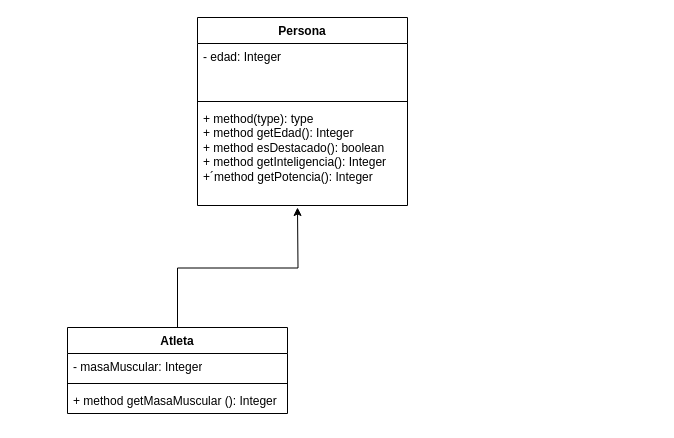
Earlier version of the draw.io diagram Objetos2/Diagrama sin título.drawio (Donnie-MS/DiagramasUML-BaseDeDatos-Objetos2). Source tidied: cells renumbered, new cells numbered last; positions are measured from the earlier drawing's top-left corner, leaving out a move shared by most shapes. Both pictures are drawn from the tidied source at 100%, with x=0, y=0 at pixel (67, 17).
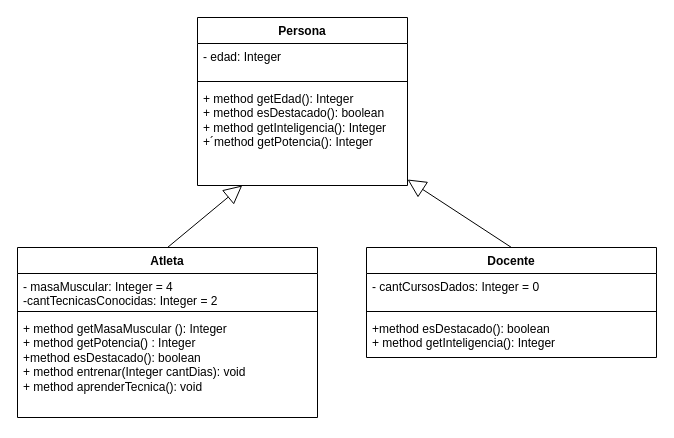
Above is the later version.

Diff of the diagram source:
```diff
@@
 <mxGraphModel>
   <root>
     <mxCell id="0" />
     <mxCell id="1" parent="0" />
     <mxCell id="2" value="Persona" style="swimlane;fontStyle=1;align=center;verticalAlign=top;horizontal=1;startSize=26;whiteSpace=wrap;html=1;" parent="1" vertex="1">
-      <mxGeometry x="130" width="210" height="188" as="geometry" />
+      <mxGeometry x="130" width="210" height="168" as="geometry" />
     </mxCell>
     <mxCell id="3" value="- edad: Integer&lt;div&gt;&lt;br&gt;&lt;/div&gt;" style="text;strokeColor=none;fillColor=none;align=left;verticalAlign=top;spacingLeft=4;spacingRight=4;overflow=hidden;whiteSpace=wrap;html=1;" parent="2" vertex="1">
-      <mxGeometry y="26" width="210" height="54" as="geometry" />
+      <mxGeometry y="26" width="210" height="34" as="geometry" />
     </mxCell>
     <mxCell id="4" style="line;strokeWidth=1;fillColor=none;align=left;verticalAlign=middle;spacingTop=-1;spacingLeft=3;spacingRight=3;labelPosition=right;strokeColor=inherit;" parent="2" vertex="1">
-      <mxGeometry y="80" width="210" height="8" as="geometry" />
+      <mxGeometry y="60" width="210" height="8" as="geometry" />
     </mxCell>
-    <mxCell id="5" value="+ method(type): type&lt;div&gt;+ method getEdad(): Integer&lt;/div&gt;&lt;div&gt;+ method esDestacado(): boolean&lt;/div&gt;&lt;div&gt;+ method getInteligencia(): Integer&lt;/div&gt;&lt;div&gt;+´method getPotencia(): Integer&lt;/div&gt;" style="text;strokeColor=none;fillColor=none;align=left;verticalAlign=top;spacingLeft=4;spacingRight=4;overflow=hidden;points=[[0,0.5],[1,0.5]];portConstraint=eastwest;whiteSpace=wrap;html=1;" parent="2" vertex="1">
-      <mxGeometry y="88" width="210" height="100" as="geometry" />
+    <mxCell id="5" value="&lt;div&gt;+ method getEdad(): Integer&lt;/div&gt;&lt;div&gt;+ method esDestacado(): boolean&lt;/div&gt;&lt;div&gt;+ method getInteligencia(): Integer&lt;/div&gt;&lt;div&gt;+´method getPotencia(): Integer&lt;/div&gt;" style="text;strokeColor=none;fillColor=none;align=left;verticalAlign=top;spacingLeft=4;spacingRight=4;overflow=hidden;points=[[0,0.5],[1,0.5]];portConstraint=eastwest;whiteSpace=wrap;html=1;" parent="2" vertex="1">
+      <mxGeometry y="68" width="210" height="100" as="geometry" />
     </mxCell>
-    <mxCell id="6" style="edgeStyle=orthogonalEdgeStyle;rounded=0;jettySize=auto;html=1;exitX=0.5;exitY=0;exitDx=0;exitDy=0;" parent="1" edge="1" source="7">
-      <mxGeometry relative="1" as="geometry">
-        <mxPoint x="230" y="190" as="targetPoint" />
-      </mxGeometry>
-    </mxCell>
     <mxCell id="7" value="Atleta" style="swimlane;fontStyle=1;align=center;verticalAlign=top;horizontal=1;startSize=26;whiteSpace=wrap;html=1;" parent="1" vertex="1">
-      <mxGeometry y="310" width="220" height="86" as="geometry" />
+      <mxGeometry x="-50" y="230" width="300" height="170" as="geometry" />
     </mxCell>
-    <mxCell id="8" value="- masaMuscular: Integer" style="text;strokeColor=none;fillColor=none;align=left;verticalAlign=top;spacingLeft=4;spacingRight=4;overflow=hidden;whiteSpace=wrap;html=1;" parent="7" vertex="1">
-      <mxGeometry y="26" width="220" height="26" as="geometry" />
+    <mxCell id="8" value="- masaMuscular: Integer = 4&lt;div&gt;-cantTecnicasConocidas: Integer = 2&lt;/div&gt;" style="text;strokeColor=none;fillColor=none;align=left;verticalAlign=top;spacingLeft=4;spacingRight=4;overflow=hidden;whiteSpace=wrap;html=1;" parent="7" vertex="1">
+      <mxGeometry y="26" width="300" height="34" as="geometry" />
     </mxCell>
     <mxCell id="9" style="line;strokeWidth=1;fillColor=none;align=left;verticalAlign=middle;spacingTop=-1;spacingLeft=3;spacingRight=3;labelPosition=right;strokeColor=inherit;" parent="7" vertex="1">
-      <mxGeometry y="52" width="220" height="8" as="geometry" />
+      <mxGeometry y="60" width="300" height="8" as="geometry" />
     </mxCell>
-    <mxCell id="10" value="+ method getMasaMuscular (): Integer" style="text;strokeColor=none;fillColor=none;align=left;verticalAlign=top;spacingLeft=4;spacingRight=4;overflow=hidden;whiteSpace=wrap;html=1;" parent="7" vertex="1">
-      <mxGeometry y="60" width="220" height="26" as="geometry" />
+    <mxCell id="10" value="+ method getMasaMuscular (): Integer&lt;div&gt;+ method getPotencia() : Integer&lt;/div&gt;&lt;div&gt;+method esDestacado(): boolean&lt;/div&gt;&lt;div&gt;+ method entrenar(Integer cantDias): void&lt;/div&gt;&lt;div&gt;+ method aprenderTecnica(): void&lt;/div&gt;" style="text;strokeColor=none;fillColor=none;align=left;verticalAlign=top;spacingLeft=4;spacingRight=4;overflow=hidden;whiteSpace=wrap;html=1;" parent="7" vertex="1">
+      <mxGeometry y="68" width="300" height="102" as="geometry" />
     </mxCell>
+    <mxCell id="11" value="Docente" style="swimlane;fontStyle=1;align=center;verticalAlign=top;horizontal=1;startSize=26;whiteSpace=wrap;html=1;" parent="1" vertex="1">
+      <mxGeometry x="299" y="230" width="290" height="110" as="geometry" />
+    </mxCell>
+    <mxCell id="12" value="- cantCursosDados: Integer = 0&lt;div&gt;&lt;br&gt;&lt;/div&gt;" style="text;strokeColor=none;fillColor=none;align=left;verticalAlign=top;spacingLeft=4;spacingRight=4;overflow=hidden;whiteSpace=wrap;html=1;" parent="11" vertex="1">
+      <mxGeometry y="26" width="290" height="34" as="geometry" />
+    </mxCell>
+    <mxCell id="13" style="line;strokeWidth=1;fillColor=none;align=left;verticalAlign=middle;spacingTop=-1;spacingLeft=3;spacingRight=3;labelPosition=right;strokeColor=inherit;" parent="11" vertex="1">
+      <mxGeometry y="60" width="290" height="8" as="geometry" />
+    </mxCell>
+    <mxCell id="14" value="&lt;div&gt;+method esDestacado(): boolean&lt;/div&gt;&lt;div&gt;&lt;span style=&quot;background-color: transparent; color: light-dark(rgb(0, 0, 0), rgb(255, 255, 255));&quot;&gt;+ method getInteligencia(): Integer&lt;/span&gt;&lt;/div&gt;&lt;div&gt;&lt;br&gt;&lt;/div&gt;" style="text;strokeColor=none;fillColor=none;align=left;verticalAlign=top;spacingLeft=4;spacingRight=4;overflow=hidden;whiteSpace=wrap;html=1;" parent="11" vertex="1">
+      <mxGeometry y="68" width="290" height="42" as="geometry" />
+    </mxCell>
+    <mxCell id="15" style="endArrow=block;endSize=16;endFill=0;html=1;rounded=0;exitX=0.5;exitY=0;exitDx=0;exitDy=0;entryX=1;entryY=0.94;entryDx=0;entryDy=0;entryPerimeter=0;" parent="1" edge="1" source="11" target="5">
+      <mxGeometry relative="1" as="geometry" />
+    </mxCell>
+    <mxCell id="16" style="endArrow=block;endSize=16;endFill=0;html=1;rounded=0;exitX=0.5;exitY=0;exitDx=0;exitDy=0;" parent="1" edge="1" source="7" target="5">
+      <mxGeometry relative="1" as="geometry" />
+    </mxCell>
   </root>
 </mxGraphModel>
```
